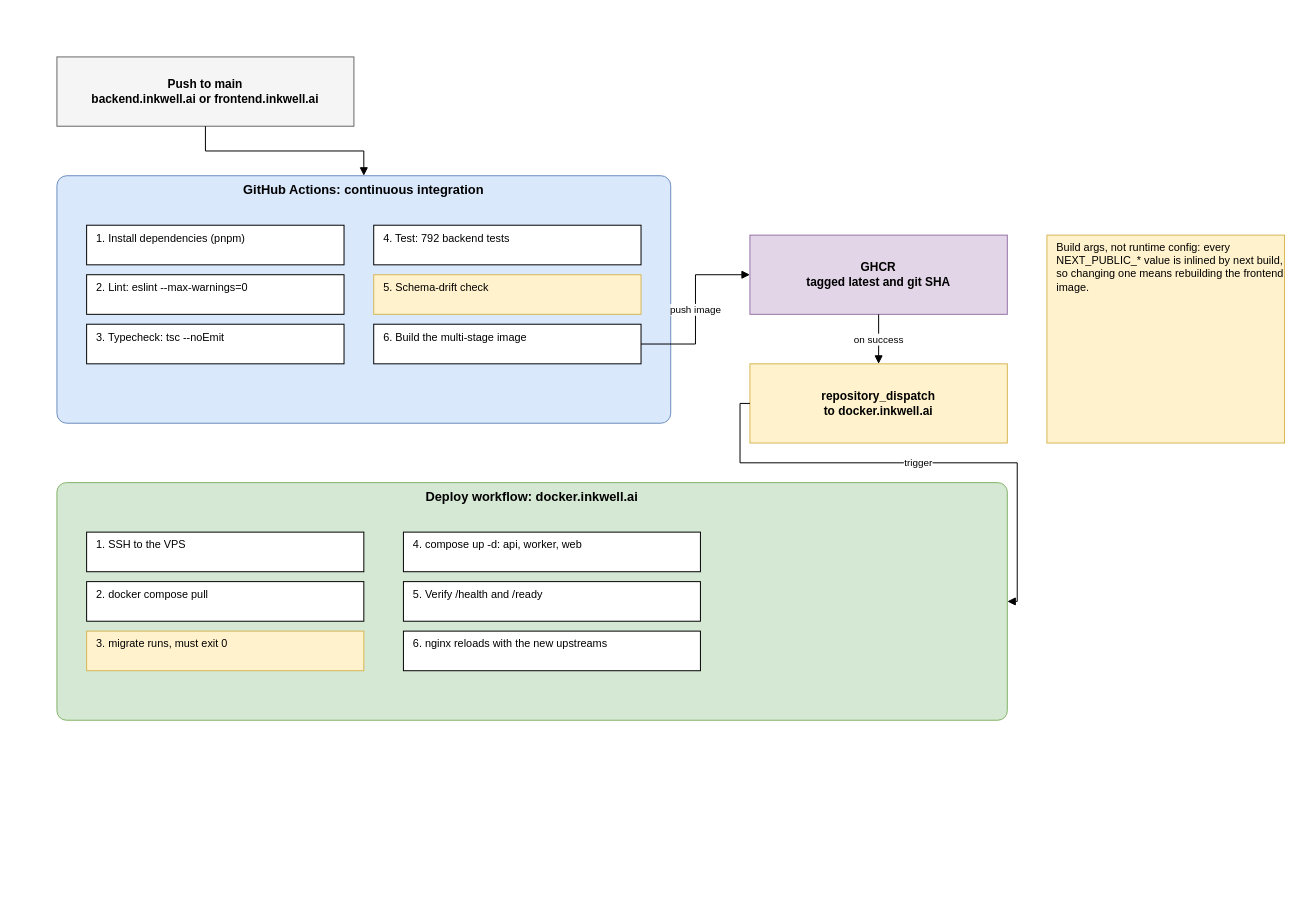
Above: diagrams/fig-3-4-architecture-cicd/fig-3-4-architecture-cicd.drawio in inkwell-dev/spec.inkwell.ai (draw.io), before the change. Source tidied: cells renumbered, new cells numbered last; positions are measured from the earlier drawing's top-left corner, leaving out a move shared by most shapes. Both pictures are drawn from the tidied source at 99%, with x=0, y=0 at pixel (56, 56).
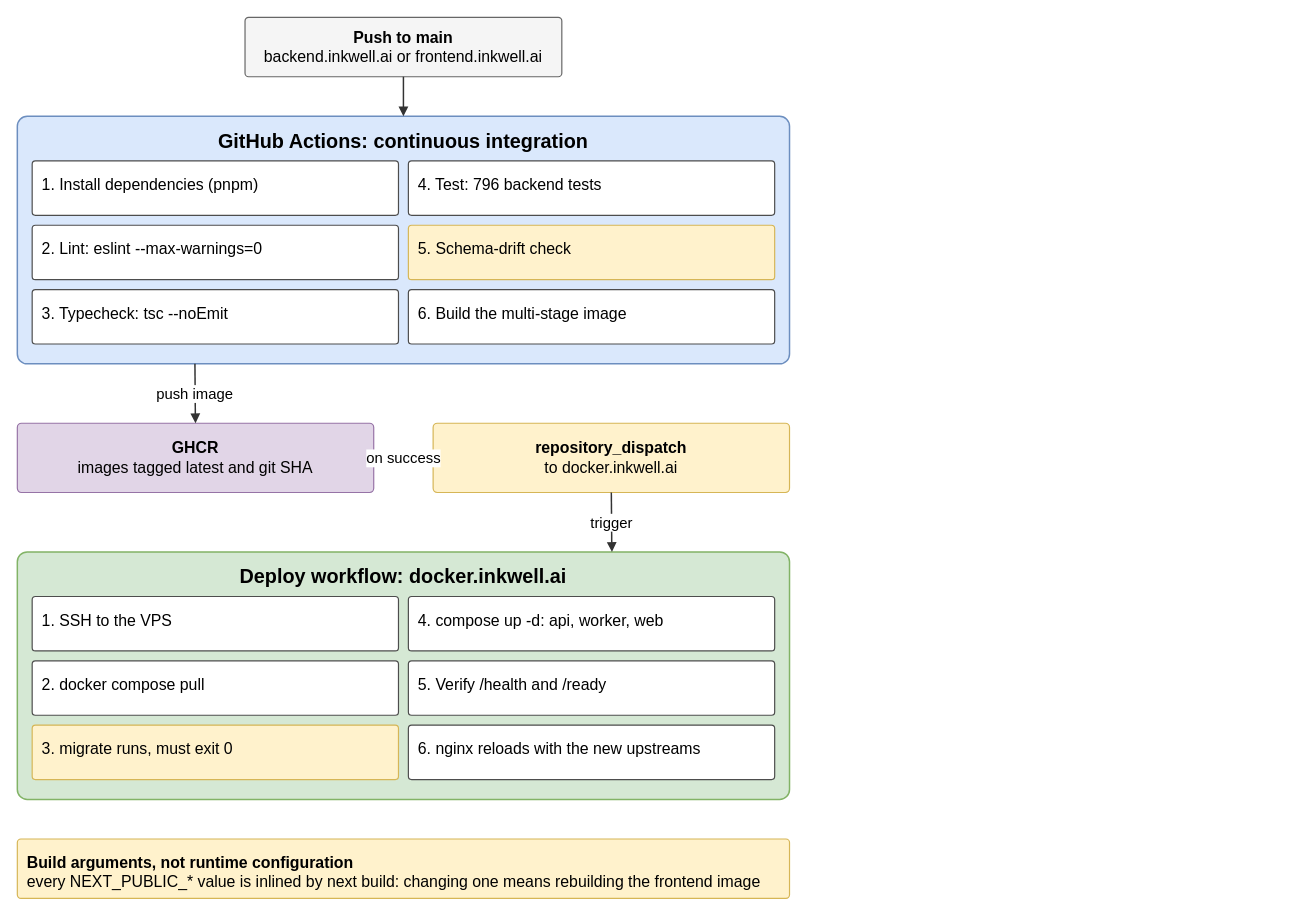
The same page after the edit.

What changed in the source:
```diff
@@
-    <mxCell id="2" value="Push to main&lt;br&gt;backend.inkwell.ai or frontend.inkwell.ai" style="rounded=0;whiteSpace=wrap;html=1;fontStyle=1;fontSize=12;fillColor=#F5F5F5;strokeColor=#666666;" parent="1" vertex="1">
-      <mxGeometry width="300" height="70" as="geometry" />
+    <mxCell id="2" value="&lt;b&gt;Push to main&lt;/b&gt;&lt;br&gt;backend.inkwell.ai or frontend.inkwell.ai" style="rounded=1;arcSize=6;whiteSpace=wrap;html=1;align=center;verticalAlign=middle;spacing=10;fillColor=#f5f5f5;strokeColor=#666666;strokeWidth=1.2;fontSize=16;fontFamily=Helvetica;" parent="1" vertex="1">
+      <mxGeometry x="190" y="-40" width="320" height="60" as="geometry" />
     </mxCell>
-    <mxCell id="3" value="GitHub Actions: continuous integration" style="rounded=1;whiteSpace=wrap;html=1;verticalAlign=top;fontStyle=1;fontSize=13;arcSize=4;fillColor=#DAE8FC;strokeColor=#6C8EBF;" parent="1" vertex="1">
-      <mxGeometry y="120" width="620" height="250" as="geometry" />
+    <mxCell id="3" value="GitHub Actions: continuous integration" style="rounded=1;arcSize=4;whiteSpace=wrap;html=1;verticalAlign=top;align=center;fillColor=#dae8fc;strokeColor=#6c8ebf;strokeWidth=1.5;fontStyle=1;fontSize=20;spacingTop=6;fontFamily=Helvetica;" parent="1" vertex="1">
+      <mxGeometry x="-40" y="60" width="780" height="250" as="geometry" />
     </mxCell>
-    <mxCell id="4" value="1. Install dependencies (pnpm)" style="rounded=0;whiteSpace=wrap;html=1;verticalAlign=top;align=left;spacingLeft=8;fontSize=11;fillColor=#FFFFFF;strokeColor=#000000;" parent="1" vertex="1">
-      <mxGeometry x="30" y="170" width="260" height="40" as="geometry" />
+    <mxCell id="4" value="1. Install dependencies (pnpm)" style="rounded=1;arcSize=6;whiteSpace=wrap;html=1;align=left;verticalAlign=top;spacing=10;fillColor=#ffffff;strokeColor=#4d4d4d;strokeWidth=1.2;fontSize=16;fontFamily=Helvetica;" parent="1" vertex="1">
+      <mxGeometry x="-25" y="105" width="370" height="55" as="geometry" />
     </mxCell>
-    <mxCell id="5" value="2. Lint: eslint --max-warnings=0" style="rounded=0;whiteSpace=wrap;html=1;verticalAlign=top;align=left;spacingLeft=8;fontSize=11;fillColor=#FFFFFF;strokeColor=#000000;" parent="1" vertex="1">
-      <mxGeometry x="30" y="220" width="260" height="40" as="geometry" />
+    <mxCell id="5" value="2. Lint: eslint --max-warnings=0" style="rounded=1;arcSize=6;whiteSpace=wrap;html=1;align=left;verticalAlign=top;spacing=10;fillColor=#ffffff;strokeColor=#4d4d4d;strokeWidth=1.2;fontSize=16;fontFamily=Helvetica;" parent="1" vertex="1">
+      <mxGeometry x="-25" y="170" width="370" height="55" as="geometry" />
     </mxCell>
-    <mxCell id="6" value="3. Typecheck: tsc --noEmit" style="rounded=0;whiteSpace=wrap;html=1;verticalAlign=top;align=left;spacingLeft=8;fontSize=11;fillColor=#FFFFFF;strokeColor=#000000;" parent="1" vertex="1">
-      <mxGeometry x="30" y="270" width="260" height="40" as="geometry" />
+    <mxCell id="6" value="3. Typecheck: tsc --noEmit" style="rounded=1;arcSize=6;whiteSpace=wrap;html=1;align=left;verticalAlign=top;spacing=10;fillColor=#ffffff;strokeColor=#4d4d4d;strokeWidth=1.2;fontSize=16;fontFamily=Helvetica;" parent="1" vertex="1">
+      <mxGeometry x="-25" y="235" width="370" height="55" as="geometry" />
     </mxCell>
-    <mxCell id="7" value="4. Test: 792 backend tests" style="rounded=0;whiteSpace=wrap;html=1;verticalAlign=top;align=left;spacingLeft=8;fontSize=11;fillColor=#FFFFFF;strokeColor=#000000;" parent="1" vertex="1">
-      <mxGeometry x="320" y="170" width="270" height="40" as="geometry" />
-    </mxCell>
+    <mxCell id="24" value="4. Test: 796 backend tests" style="rounded=1;arcSize=6;whiteSpace=wrap;html=1;align=left;verticalAlign=top;spacing=10;fillColor=#ffffff;strokeColor=#4d4d4d;strokeWidth=1.2;fontSize=16;fontFamily=Helvetica;" parent="1" vertex="1">
+      <mxGeometry x="355" y="105" width="370" height="55" as="geometry" />
+    </mxCell>
-    <mxCell id="8" value="5. Schema-drift check" style="rounded=0;whiteSpace=wrap;html=1;verticalAlign=top;align=left;spacingLeft=8;fontSize=11;fillColor=#FFF2CC;strokeColor=#D6B656;" parent="1" vertex="1">
-      <mxGeometry x="320" y="220" width="270" height="40" as="geometry" />
+    <mxCell id="8" value="5. Schema-drift check" style="rounded=1;arcSize=6;whiteSpace=wrap;html=1;align=left;verticalAlign=top;spacing=10;fillColor=#fff2cc;strokeColor=#d6b656;strokeWidth=1.2;fontSize=16;fontFamily=Helvetica;" parent="1" vertex="1">
+      <mxGeometry x="355" y="170" width="370" height="55" as="geometry" />
     </mxCell>
-    <mxCell id="9" value="6. Build the multi-stage image" style="rounded=0;whiteSpace=wrap;html=1;verticalAlign=top;align=left;spacingLeft=8;fontSize=11;fillColor=#FFFFFF;strokeColor=#000000;" parent="1" vertex="1">
-      <mxGeometry x="320" y="270" width="270" height="40" as="geometry" />
+    <mxCell id="9" value="6. Build the multi-stage image" style="rounded=1;arcSize=6;whiteSpace=wrap;html=1;align=left;verticalAlign=top;spacing=10;fillColor=#ffffff;strokeColor=#4d4d4d;strokeWidth=1.2;fontSize=16;fontFamily=Helvetica;" parent="1" vertex="1">
+      <mxGeometry x="355" y="235" width="370" height="55" as="geometry" />
     </mxCell>
-    <mxCell id="10" value="GHCR&lt;br&gt;tagged latest and git SHA" style="rounded=0;whiteSpace=wrap;html=1;fontStyle=1;fontSize=12;fillColor=#E1D5E7;strokeColor=#9673A6;" parent="1" vertex="1">
-      <mxGeometry x="700" y="180" width="260" height="80" as="geometry" />
-    </mxCell>
+    <mxCell id="25" value="&lt;b&gt;GHCR&lt;/b&gt;&lt;br&gt;images tagged latest and git SHA" style="rounded=1;arcSize=6;whiteSpace=wrap;html=1;align=center;verticalAlign=middle;spacing=10;fillColor=#e1d5e7;strokeColor=#9673a6;strokeWidth=1.2;fontSize=16;fontFamily=Helvetica;" parent="1" vertex="1">
+      <mxGeometry x="-40" y="370" width="360" height="70" as="geometry" />
+    </mxCell>
-    <mxCell id="11" value="repository_dispatch&lt;br&gt;to docker.inkwell.ai" style="rounded=0;whiteSpace=wrap;html=1;fontStyle=1;fontSize=12;fillColor=#FFF2CC;strokeColor=#D6B656;" parent="1" vertex="1">
-      <mxGeometry x="700" y="310" width="260" height="80" as="geometry" />
+    <mxCell id="11" value="&lt;b&gt;repository_dispatch&lt;/b&gt;&lt;br&gt;to docker.inkwell.ai" style="rounded=1;arcSize=6;whiteSpace=wrap;html=1;align=center;verticalAlign=middle;spacing=10;fillColor=#fff2cc;strokeColor=#d6b656;strokeWidth=1.2;fontSize=16;fontFamily=Helvetica;" parent="1" vertex="1">
+      <mxGeometry x="380" y="370" width="360" height="70" as="geometry" />
     </mxCell>
-    <mxCell id="12" value="Deploy workflow: docker.inkwell.ai" style="rounded=1;whiteSpace=wrap;html=1;verticalAlign=top;fontStyle=1;fontSize=13;arcSize=4;fillColor=#D5E8D4;strokeColor=#82B366;" parent="1" vertex="1">
-      <mxGeometry y="430" width="960" height="240" as="geometry" />
+    <mxCell id="12" value="Deploy workflow: docker.inkwell.ai" style="rounded=1;arcSize=4;whiteSpace=wrap;html=1;verticalAlign=top;align=center;fillColor=#d5e8d4;strokeColor=#82b366;strokeWidth=1.5;fontStyle=1;fontSize=20;spacingTop=6;fontFamily=Helvetica;" parent="1" vertex="1">
+      <mxGeometry x="-40" y="500" width="780" height="250" as="geometry" />
     </mxCell>
-    <mxCell id="13" value="1. SSH to the VPS" style="rounded=0;whiteSpace=wrap;html=1;verticalAlign=top;align=left;spacingLeft=8;fontSize=11;fillColor=#FFFFFF;strokeColor=#000000;" parent="1" vertex="1">
-      <mxGeometry x="30" y="480" width="280" height="40" as="geometry" />
+    <mxCell id="13" value="1. SSH to the VPS" style="rounded=1;arcSize=6;whiteSpace=wrap;html=1;align=left;verticalAlign=top;spacing=10;fillColor=#ffffff;strokeColor=#4d4d4d;strokeWidth=1.2;fontSize=16;fontFamily=Helvetica;" parent="1" vertex="1">
+      <mxGeometry x="-25" y="545" width="370" height="55" as="geometry" />
     </mxCell>
-    <mxCell id="14" value="2. docker compose pull" style="rounded=0;whiteSpace=wrap;html=1;verticalAlign=top;align=left;spacingLeft=8;fontSize=11;fillColor=#FFFFFF;strokeColor=#000000;" parent="1" vertex="1">
-      <mxGeometry x="30" y="530" width="280" height="40" as="geometry" />
+    <mxCell id="14" value="2. docker compose pull" style="rounded=1;arcSize=6;whiteSpace=wrap;html=1;align=left;verticalAlign=top;spacing=10;fillColor=#ffffff;strokeColor=#4d4d4d;strokeWidth=1.2;fontSize=16;fontFamily=Helvetica;" parent="1" vertex="1">
+      <mxGeometry x="-25" y="610" width="370" height="55" as="geometry" />
     </mxCell>
-    <mxCell id="15" value="3. migrate runs, must exit 0" style="rounded=0;whiteSpace=wrap;html=1;verticalAlign=top;align=left;spacingLeft=8;fontSize=11;fillColor=#FFF2CC;strokeColor=#D6B656;" parent="1" vertex="1">
-      <mxGeometry x="30" y="580" width="280" height="40" as="geometry" />
+    <mxCell id="15" value="3. migrate runs, must exit 0" style="rounded=1;arcSize=6;whiteSpace=wrap;html=1;align=left;verticalAlign=top;spacing=10;fillColor=#fff2cc;strokeColor=#d6b656;strokeWidth=1.2;fontSize=16;fontFamily=Helvetica;" parent="1" vertex="1">
+      <mxGeometry x="-25" y="675" width="370" height="55" as="geometry" />
     </mxCell>
-    <mxCell id="16" value="4. compose up -d: api, worker, web" style="rounded=0;whiteSpace=wrap;html=1;verticalAlign=top;align=left;spacingLeft=8;fontSize=11;fillColor=#FFFFFF;strokeColor=#000000;" parent="1" vertex="1">
-      <mxGeometry x="350" y="480" width="300" height="40" as="geometry" />
+    <mxCell id="16" value="4. compose up -d: api, worker, web" style="rounded=1;arcSize=6;whiteSpace=wrap;html=1;align=left;verticalAlign=top;spacing=10;fillColor=#ffffff;strokeColor=#4d4d4d;strokeWidth=1.2;fontSize=16;fontFamily=Helvetica;" parent="1" vertex="1">
+      <mxGeometry x="355" y="545" width="370" height="55" as="geometry" />
     </mxCell>
-    <mxCell id="17" value="5. Verify /health and /ready" style="rounded=0;whiteSpace=wrap;html=1;verticalAlign=top;align=left;spacingLeft=8;fontSize=11;fillColor=#FFFFFF;strokeColor=#000000;" parent="1" vertex="1">
-      <mxGeometry x="350" y="530" width="300" height="40" as="geometry" />
+    <mxCell id="17" value="5. Verify /health and /ready" style="rounded=1;arcSize=6;whiteSpace=wrap;html=1;align=left;verticalAlign=top;spacing=10;fillColor=#ffffff;strokeColor=#4d4d4d;strokeWidth=1.2;fontSize=16;fontFamily=Helvetica;" parent="1" vertex="1">
+      <mxGeometry x="355" y="610" width="370" height="55" as="geometry" />
     </mxCell>
-    <mxCell id="18" value="6. nginx reloads with the new upstreams" style="rounded=0;whiteSpace=wrap;html=1;verticalAlign=top;align=left;spacingLeft=8;fontSize=11;fillColor=#FFFFFF;strokeColor=#000000;" parent="1" vertex="1">
-      <mxGeometry x="350" y="580" width="300" height="40" as="geometry" />
+    <mxCell id="18" value="6. nginx reloads with the new upstreams" style="rounded=1;arcSize=6;whiteSpace=wrap;html=1;align=left;verticalAlign=top;spacing=10;fillColor=#ffffff;strokeColor=#4d4d4d;strokeWidth=1.2;fontSize=16;fontFamily=Helvetica;" parent="1" vertex="1">
+      <mxGeometry x="355" y="675" width="370" height="55" as="geometry" />
     </mxCell>
-    <mxCell id="19" value="Build args, not runtime config: every NEXT_PUBLIC_* value is inlined by next build, so changing one means rebuilding the frontend image." style="rounded=0;whiteSpace=wrap;html=1;verticalAlign=top;align=left;spacingLeft=8;fontSize=11;fillColor=#FFF2CC;strokeColor=#D6B656;" parent="1" vertex="1">
-      <mxGeometry x="1000" y="180" width="240" height="210" as="geometry" />
-    </mxCell>
+    <mxCell id="26" value="&lt;b&gt;Build arguments, not runtime configuration&lt;/b&gt;&lt;br&gt;every NEXT_PUBLIC_* value is inlined by next build: changing one means rebuilding the frontend image" style="rounded=1;arcSize=6;whiteSpace=wrap;html=1;align=left;verticalAlign=top;spacing=10;fillColor=#fff2cc;strokeColor=#d6b656;strokeWidth=1.2;fontSize=16;fontFamily=Helvetica;" parent="1" vertex="1">
+      <mxGeometry x="-40" y="790" width="780" height="60" as="geometry" />
+    </mxCell>
-    <mxCell id="20" style="edgeStyle=orthogonalEdgeStyle;rounded=0;html=1;endArrow=block;endFill=1;fontSize=10;labelBackgroundColor=#FFFFFF;exitX=0.5;exitY=1;exitDx=0;exitDy=0;entryX=0.5;entryY=0;entryDx=0;entryDy=0;" parent="1" edge="1" source="2" target="3">
+    <mxCell id="20" style="edgeStyle=orthogonalEdgeStyle;rounded=0;html=1;endArrow=block;endFill=1;strokeWidth=1.5;strokeColor=#333333;jumpStyle=arc;jumpSize=10;fontSize=15;labelBackgroundColor=#ffffff;fontFamily=Helvetica;exitX=0.5;exitY=1;exitDx=0;exitDy=0;entryX=0.5;entryY=0;entryDx=0;entryDy=0;" parent="1" edge="1" source="2" target="3">
       <mxGeometry relative="1" as="geometry" />
     </mxCell>
-    <mxCell id="21" value="push image" style="edgeStyle=orthogonalEdgeStyle;rounded=0;html=1;endArrow=block;endFill=1;fontSize=10;labelBackgroundColor=#FFFFFF;exitX=1;exitY=0.5;exitDx=0;exitDy=0;entryX=0;entryY=0.5;entryDx=0;entryDy=0;" parent="1" edge="1" source="9" target="10">
+    <mxCell id="21" value="push image" style="edgeStyle=orthogonalEdgeStyle;rounded=0;html=1;endArrow=block;endFill=1;strokeWidth=1.5;strokeColor=#333333;jumpStyle=arc;jumpSize=10;fontSize=15;labelBackgroundColor=#ffffff;fontFamily=Helvetica;exitX=0.23;exitY=1;exitDx=0;exitDy=0;entryX=0.5;entryY=0;entryDx=0;entryDy=0;" parent="1" edge="1" source="3" target="25">
       <mxGeometry relative="1" as="geometry" />
     </mxCell>
-    <mxCell id="22" value="on success" style="edgeStyle=orthogonalEdgeStyle;rounded=0;html=1;endArrow=block;endFill=1;fontSize=10;labelBackgroundColor=#FFFFFF;exitX=0.5;exitY=1;exitDx=0;exitDy=0;entryX=0.5;entryY=0;entryDx=0;entryDy=0;" parent="1" edge="1" source="10" target="11">
+    <mxCell id="22" value="on success" style="edgeStyle=orthogonalEdgeStyle;rounded=0;html=1;endArrow=block;endFill=1;strokeWidth=1.5;strokeColor=#333333;jumpStyle=arc;jumpSize=10;fontSize=15;labelBackgroundColor=#ffffff;fontFamily=Helvetica;exitX=1;exitY=0.5;exitDx=0;exitDy=0;entryX=0;entryY=0.5;entryDx=0;entryDy=0;" parent="1" edge="1" source="25" target="11">
       <mxGeometry relative="1" as="geometry" />
     </mxCell>
-    <mxCell id="23" value="trigger" style="edgeStyle=orthogonalEdgeStyle;rounded=0;html=1;endArrow=block;endFill=1;fontSize=10;labelBackgroundColor=#FFFFFF;exitX=0;exitY=0.5;exitDx=0;exitDy=0;entryX=1;entryY=0.5;entryDx=0;entryDy=0;" parent="1" edge="1" source="11" target="12">
+    <mxCell id="23" value="trigger" style="edgeStyle=orthogonalEdgeStyle;rounded=0;html=1;endArrow=block;endFill=1;strokeWidth=1.5;strokeColor=#333333;jumpStyle=arc;jumpSize=10;fontSize=15;labelBackgroundColor=#ffffff;fontFamily=Helvetica;exitX=0.5;exitY=1;exitDx=0;exitDy=0;entryX=0.77;entryY=0;entryDx=0;entryDy=0;" parent="1" edge="1" source="11" target="12">
       <mxGeometry relative="1" as="geometry" />
     </mxCell>
```
